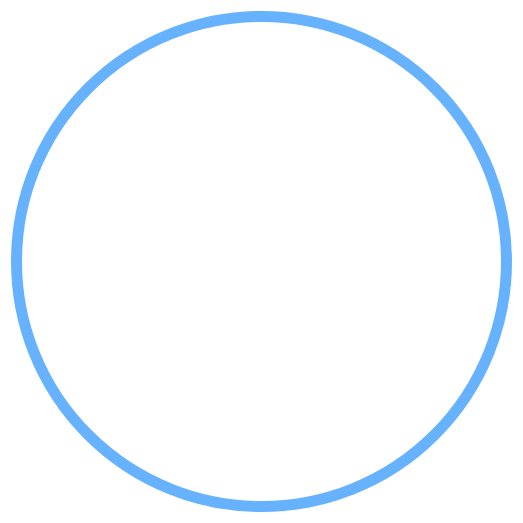
MindHardt/Artisan.II keeps this draw.io diagram as page "Fetch_Circle" (3 of 11) of Artisan.II/Client.Common/wwwroot/src/icons.drawio. Above is the earlier version. Source tidied: cells renumbered, new cells numbered last; positions are measured from the earlier drawing's top-left corner, leaving out a move shared by most shapes. Both pictures are drawn from the tidied source at 100%, with x=0, y=0 at pixel (16, 16).
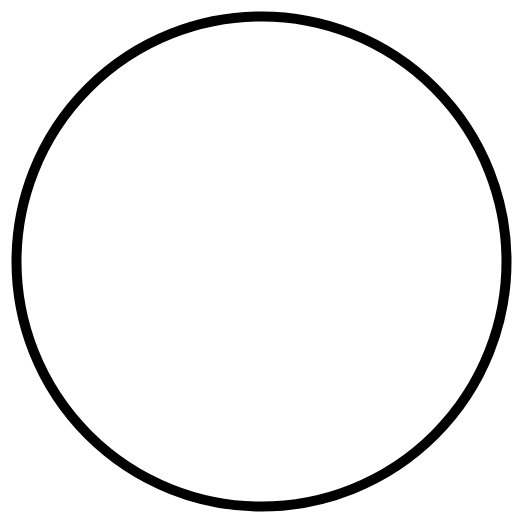
After the change.

Change to the diagram source:
```diff
@@
 <mxGraphModel>
   <root>
     <mxCell id="0" />
     <mxCell id="1" parent="0" />
-    <mxCell id="2" style="ellipse;whiteSpace=wrap;html=1;fillColor=none;strokeWidth=11;strokeColor=#66B2FF;" parent="1" vertex="1">
+    <mxCell id="2" style="ellipse;whiteSpace=wrap;html=1;fillColor=none;strokeWidth=10;strokeColor=#000000;" parent="1" vertex="1">
       <mxGeometry width="490" height="490" as="geometry" />
     </mxCell>
   </root>
 </mxGraphModel>
```
